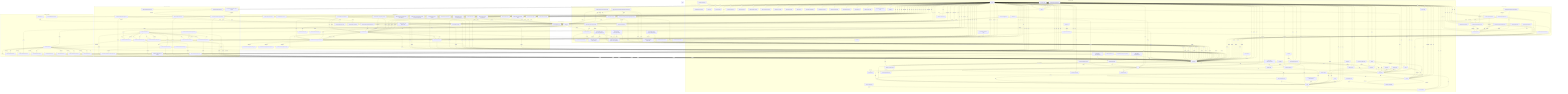
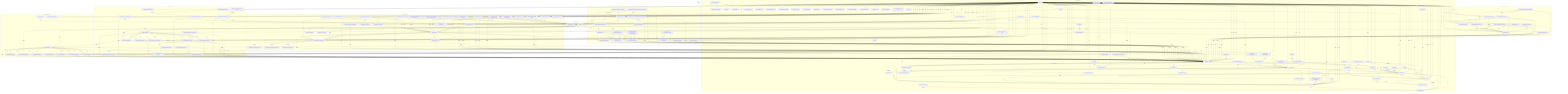
flowchart TD
  subgraph marketing["Marketing public"]
    N1["/"]
-     N6["/#main-content"]
-     N7["/academies-hiver"]
-     N9["/access-required"]
+     N7["/#main-content"]
+     N8["/academies-hiver"]
+     N10["/access-required"]
    N11["/accompagnement-scolaire"]
    N15["/assessments/[id]/processing"]
    N16["/assessments/[id]/result"]
    N17["/auth/activate"]
    N20["/auth/mot-de-passe-oublie"]
    N21["/auth/reset-password"]
    N18["/auth/signin"]
    N2["/bilan-gratuit"]
    N23["/bilan-gratuit/confirmation"]
    N24["/bilan-pallier2-maths"]
    N25["/bilan-pallier2-maths/confirmation"]
    N26["/bilan-pallier2-maths/dashboard"]
    N27["/bilan-pallier2-maths/resultat/[id]"]
    N129["/candidat-libre-bac-francais"]
    N28["/catalogue-nexus-reussite-2026-2027.html"]
    N29["/conditions"]
    N22["/conditions-generales"]
    N31["/confidentialite.html"]
-     N10["/contact"]
+     N3["/contact"]
    N33["/corrige_dnb_maths_2026"]
    N109["/education"]
    N110["/equipe"]
    N111["/famille"]
    N112["/famille#offres"]
    N139["/grand-oral"]
    N58["/images/logo_slogan_nexus_x3.png"]
    N113["/inscription"]
    N80["/lamis"]
    N114["/maths-1ere"]
    N117["/mentions-legales"]
    N116["/mentions-legales.html"]
    N30["/mentions-legales#donnees"]
    N118["/nexus_selecteur.html"]
    N120["/notre-centre"]
-     N3["/offres"]
+     N4["/offres"]
    N140["/offres#1re-double-secu"]
    N141["/offres#2nde-maths"]
    N142["/offres#boussole-methode"]
    N143["/offres#boussole-orientation"]
    N144["/offres#brevet-complet"]
    N145["/offres#brevet-maths"]
    N146["/offres#cap-eaf"]
    N147["/offres#pass-candidat-libre"]
    N148["/offres#pass-cap-bac-1re"]
-     N4["/offres#section-annual"]
+     N5["/offres#section-annual"]
    N125["/offres#section-intensifs"]
-     N5["/offres#section-libre"]
+     N6["/offres#section-libre"]
    N149["/offres#section-plateforme"]
    N150["/offres#studio-grand-oral"]
    N151["/offres#term-duo"]
    N152["/offres#term-libre-mixte"]
    N121["/plateforme"]
    N12["/plateforme-aria"]
    N32["/politique-confidentialite"]
    N153["/preparation-bac-francais-tunis"]
    N115["/programme/maths-1ere"]
    N122["/programme/maths-1ere-stmg"]
    N123["/questionnaire"]
    N119["/recommandation"]
    N34["/ressources"]
    N154["/reussir-eaf"]
    N124["/session/video"]
-     N8["/stages"]
+     N9["/stages"]
    N126["/stages/[stageSlug]/inscription"]
    N127["/tarifs"]
    N128["shared"]
  end
  subgraph dashboard_parent["Dashboard parent"]
    N39["/dashboard/parent"]
    N98["/dashboard/parent/abonnements"]
    N99["/dashboard/parent/children"]
    N100["/dashboard/parent/enfant/[studentId]"]
    N101["/dashboard/parent/factures"]
    N102["/dashboard/parent/npc"]
    N103["/dashboard/parent/paiement"]
    N104["/dashboard/parent/paiement/confirmation"]
    N105["/dashboard/parent/ressources"]
    N106["/dashboard/parent/stages"]
  end
  subgraph dashboard_coach["Dashboard coach"]
    N37["/dashboard/coach"]
    N65["/dashboard/coach/availability"]
    N63["/dashboard/coach/eaf-stage-printemps"]
    N66["/dashboard/coach/eaf-stage-printemps/[studentId]"]
    N67["/dashboard/coach/eleve/[studentId]"]
    N64["/dashboard/coach/maths-premiere-stage-printemps"]
    N68["/dashboard/coach/maths-premiere-stage-printemps/[studentId]"]
    N69["/dashboard/coach/npc"]
    N70["/dashboard/coach/npc/reports/[reportId]"]
    N71["/dashboard/coach/npc/submissions/[submissionId]/upload"]
    N72["/dashboard/coach/nsi-pratique-2026"]
    N73["/dashboard/coach/nsi-pratique-2026/[studentId]"]
    N74["/dashboard/coach/sessions"]
    N76["/dashboard/coach/stages"]
    N75["/dashboard/coach/stages/[stageSlug]/bilan/[studentId]"]
    N77["/dashboard/coach/students"]
  end
  subgraph dashboard_assistante["Dashboard assistante"]
    N36["/dashboard/assistante"]
    N52["/dashboard/assistante/assignments"]
    N47["/dashboard/assistante/coaches"]
    N53["/dashboard/assistante/credit-requests"]
    N54["/dashboard/assistante/credits"]
    N55["/dashboard/assistante/devis"]
    N56["/dashboard/assistante/devis/app"]
    N57["/dashboard/assistante/devis/assets/styles.css"]
    N48["/dashboard/assistante/docs"]
    N59["/dashboard/assistante/facturation"]
    N49["/dashboard/assistante/paiements"]
    N131["/dashboard/assistante/planning"]
    N60["/dashboard/assistante/stages"]
    N61["/dashboard/assistante/stages/planning"]
    N50["/dashboard/assistante/students"]
    N62["/dashboard/assistante/students/[studentId]"]
    N132["/dashboard/assistante/subscription-requests"]
    N51["/dashboard/assistante/subscriptions"]
  end
  subgraph dashboard_admin["Dashboard admin"]
    N13["/admin/directeur"]
    N35["/dashboard/admin"]
    N40["/dashboard/admin/activities"]
    N41["/dashboard/admin/analytics"]
    N42["/dashboard/admin/documents"]
    N130["/dashboard/admin/facturation"]
    N46["/dashboard/admin/stages"]
    N43["/dashboard/admin/subscriptions"]
    N44["/dashboard/admin/tests"]
    N45["/dashboard/admin/users"]
  end
  subgraph dashboard_eleve["Dashboard eleve"]
    N38["/dashboard/eleve"]
    N81["/dashboard/eleve/automatismes"]
    N82["/dashboard/eleve/bilans/[publicShareId]"]
    N84["/dashboard/eleve/documents"]
    N78["/dashboard/eleve/eam"]
    N85["/dashboard/eleve/npc"]
    N86["/dashboard/eleve/nsi-pratique-2026"]
    N87["/dashboard/eleve/programme/[subject]"]
    N88["/dashboard/eleve/programme/droit_eco"]
    N89["/dashboard/eleve/programme/management"]
    N79["/dashboard/eleve/programme/maths"]
    N90["/dashboard/eleve/programme/sgn"]
    N133["/dashboard/eleve/questionnaires/eaf-stage-printemps"]
    N134["/dashboard/eleve/questionnaires/maths-premiere-stage-printemps"]
    N91["/dashboard/eleve/ressources"]
    N93["/dashboard/eleve/sessions"]
    N95["/dashboard/eleve/stage-eam-stmg"]
    N96["/dashboard/eleve/stage-eam-stmg/diagnostic"]
    N97["/dashboard/eleve/stage-eam-stmg/livret"]
    N19["/dashboard/eleve/stages"]
    N135["/dashboard/eleve#aria"]
    N83["/dashboard/eleve#bilans"]
    N136["/dashboard/eleve#programme-maths"]
    N92["/dashboard/eleve#resources"]
    N94["/dashboard/eleve#sessions"]
    N137["/dashboard/eleve#stages"]
    N138["/dashboard/eleve#survival"]
    N108["/dashboard/eleve#trajectory"]
  end
  subgraph dashboard_shared["Dashboard partage"]
    N14["/dashboard"]
    N107["/dashboard/trajectoire"]
  end
  subgraph api["API"]
  end
+   N1 -->|CTA| N1
+   N1 -->|contextuel| N1
  N1 -->|CTA| N2
-   N1 -->|CTA| N3
+   N1 -->|contextuel| N3
  N1 -->|CTA| N4
  N1 -->|CTA| N5
-   N1 -->|contextuel| N6
-   N7 -->|redirect| N8
-   N9 -->|CTA| N10
-   N9 -->|CTA| N3
+   N1 -->|CTA| N6
+   N1 -->|contextuel| N7
+   N8 -->|redirect| N9
+   N10 -->|CTA| N3
+   N10 -->|CTA| N4
  N11 -->|CTA| N2
-   N11 -->|CTA| N3
+   N11 -->|CTA| N4
  N11 -->|CTA| N12
  N13 -->|redirect| N14
  N15 -->|redirect| N1
  N16 -->|redirect| N1
  N16 -->|redirect| N14
  N17 -->|redirect| N18
  N17 -->|redirect| N19
  N20 -->|contextuel| N18
  N20 -->|CTA| N18
  N21 -->|CTA| N20
  N21 -->|CTA| N18
  N18 -->|contextuel| N20
  N18 -->|CTA| N2
  N18 -->|CTA| N22
  N2 -->|redirect| N23
-   N2 -->|CTA| N10
  N2 -->|CTA| N3
+   N2 -->|CTA| N4
  N23 -->|CTA| N1
-   N23 -->|CTA| N3
+   N23 -->|CTA| N4
  N24 -->|CTA| N1
  N25 -->|CTA| N1
-   N25 -->|CTA| N3
+   N25 -->|CTA| N4
  N26 -->|CTA| N24
  N27 -->|CTA| N24
-   N28 -->|redirect| N3
+   N28 -->|redirect| N4
  N29 -->|redirect| N22
  N22 -->|contextuel| N30
-   N22 -->|CTA| N3
+   N22 -->|CTA| N4
  N31 -->|redirect| N32
-   N10 -->|CTA| N2
-   N10 -->|contextuel| N32
+   N3 -->|CTA| N2
+   N3 -->|contextuel| N32
  N33 -->|redirect| N34
  N14 -->|redirect| N18
  N14 -->|redirect| N35
  N14 -->|redirect| N36
  N14 -->|redirect| N37
  N14 -->|redirect| N38
  N14 -->|redirect| N39
  N35 -->|redirect| N18
  N35 -->|CTA| N26
  N35 -->|contextuel| N40
  N35 -->|contextuel| N41
  N35 -->|contextuel| N42
  N35 -->|contextuel| N43
  N35 -->|contextuel| N44
  N35 -->|contextuel| N45
  N40 -->|redirect| N18
  N40 -->|CTA| N35
  N41 -->|redirect| N18
  N41 -->|CTA| N35
  N42 -->|redirect| N14
  N46 -->|redirect| N18
  N43 -->|redirect| N18
  N43 -->|CTA| N35
  N45 -->|redirect| N18
  N45 -->|CTA| N35
  N36 -->|redirect| N18
  N36 -->|CTA| N47
  N36 -->|CTA| N48
  N36 -->|contextuel| N49
  N36 -->|CTA| N50
  N36 -->|CTA| N51
  N52 -->|redirect| N18
  N52 -->|redirect| N14
  N52 -->|redirect| N52
  N47 -->|redirect| N18
  N47 -->|CTA| N36
  N53 -->|redirect| N18
  N54 -->|redirect| N18
  N54 -->|contextuel| N36
  N55 -->|redirect| N18
  N55 -->|redirect| N14
  N56 -->|contextuel| N57
  N56 -->|contextuel| N58
  N48 -->|redirect| N18
  N48 -->|redirect| N14
  N48 -->|contextuel| N35
  N48 -->|contextuel| N36
  N59 -->|redirect| N18
  N49 -->|redirect| N18
  N49 -->|CTA| N36
  N60 -->|contextuel| N61
  N61 -->|redirect| N18
  N61 -->|redirect| N14
  N61 -->|contextuel| N60
  N50 -->|redirect| N18
  N50 -->|contextuel| N36
  N50 -->|CTA| N54
  N62 -->|redirect| N18
  N62 -->|CTA| N50
  N51 -->|redirect| N18
  N51 -->|contextuel| N36
  N51 -->|redirect| N51
  N37 -->|redirect| N18
  N37 -->|redirect| N63
  N37 -->|redirect| N64
  N65 -->|redirect| N18
  N63 -->|redirect| N18
  N66 -->|redirect| N18
  N66 -->|contextuel| N63
  N66 -->|redirect| N63
  N67 -->|redirect| N18
  N67 -->|CTA| N37
  N67 -->|redirect| N37
  N64 -->|redirect| N18
  N68 -->|redirect| N18
  N68 -->|CTA| N64
  N68 -->|redirect| N64
  N69 -->|redirect| N18
  N69 -->|redirect| N14
  N70 -->|redirect| N18
  N70 -->|redirect| N14
  N70 -->|CTA| N69
  N70 -->|redirect| N69
  N71 -->|redirect| N18
  N71 -->|redirect| N14
  N71 -->|CTA| N69
  N71 -->|redirect| N69
  N72 -->|redirect| N18
  N73 -->|redirect| N18
  N73 -->|contextuel| N72
  N74 -->|redirect| N18
  N75 -->|redirect| N18
  N75 -->|redirect| N14
  N75 -->|contextuel| N76
  N77 -->|redirect| N18
  N38 -->|CTA| N1
  N38 -->|redirect| N18
  N38 -->|CTA| N78
  N38 -->|CTA| N79
  N38 -->|CTA| N80
  N81 -->|redirect| N18
  N81 -->|redirect| N14
  N81 -->|CTA| N38
  N81 -->|redirect| N38
  N81 -->|CTA| N79
  N82 -->|redirect| N18
  N82 -->|CTA| N38
  N82 -->|CTA| N83
  N84 -->|redirect| N18
  N84 -->|redirect| N14
  N78 -->|redirect| N18
  N78 -->|CTA| N38
  N85 -->|redirect| N18
  N85 -->|redirect| N14
  N86 -->|redirect| N18
  N86 -->|contextuel| N38
  N87 -->|redirect| N18
  N87 -->|redirect| N14
  N87 -->|contextuel| N38
  N87 -->|redirect| N38
  N79 -->|redirect| N18
  N79 -->|redirect| N14
  N79 -->|contextuel| N38
  N79 -->|redirect| N38
  N79 -->|contextuel| N88
  N79 -->|contextuel| N89
  N79 -->|contextuel| N90
  N91 -->|redirect| N92
  N93 -->|redirect| N94
  N95 -->|redirect| N18
  N95 -->|redirect| N14
  N95 -->|redirect| N38
  N96 -->|redirect| N18
  N96 -->|redirect| N14
  N96 -->|redirect| N38
  N97 -->|redirect| N18
  N97 -->|redirect| N14
  N97 -->|redirect| N38
  N19 -->|redirect| N18
  N19 -->|CTA| N38
  N39 -->|redirect| N18
  N98 -->|redirect| N18
  N98 -->|contextuel| N39
  N99 -->|redirect| N39
  N100 -->|redirect| N18
  N100 -->|CTA| N39
  N100 -->|redirect| N39
  N101 -->|redirect| N18
  N101 -->|redirect| N14
  N101 -->|contextuel| N39
  N102 -->|redirect| N18
  N102 -->|redirect| N39
  N103 -->|redirect| N18
  N103 -->|contextuel| N98
  N103 -->|redirect| N98
-   N104 -->|CTA| N10
+   N104 -->|CTA| N3
  N104 -->|CTA| N39
  N104 -->|contextuel| N98
  N104 -->|contextuel| N103
  N105 -->|redirect| N18
  N106 -->|redirect| N18
  N106 -->|CTA| N39
  N107 -->|redirect| N108
  N109 -->|redirect| N11
  N110 -->|CTA| N2
-   N110 -->|contextuel| N10
-   N110 -->|CTA| N10
+   N110 -->|contextuel| N3
+   N110 -->|CTA| N3
  N111 -->|CTA| N2
-   N111 -->|CTA| N10
+   N111 -->|CTA| N3
  N111 -->|contextuel| N110
  N111 -->|CTA| N112
  N113 -->|redirect| N2
  N114 -->|redirect| N115
  N116 -->|redirect| N117
  N118 -->|redirect| N119
-   N120 -->|CTA| N10
-   N3 -->|CTA| N119
+   N120 -->|CTA| N3
+   N4 -->|CTA| N119
  N121 -->|redirect| N12
  N12 -->|CTA| N2
-   N12 -->|CTA| N3
-   N32 -->|contextuel| N10
+   N12 -->|CTA| N4
+   N32 -->|contextuel| N3
  N115 -->|redirect| N79
-   N115 -->|redirect| N3
+   N115 -->|redirect| N4
  N122 -->|redirect| N79
  N123 -->|redirect| N2
  N119 -->|CTA| N2
  N34 -->|CTA| N2
-   N34 -->|CTA| N3
+   N34 -->|CTA| N4
  N124 -->|redirect| N18
-   N8 -->|CTA| N2
-   N8 -->|CTA| N125
-   N126 -->|contextuel| N8
-   N127 -->|redirect| N3
+   N9 -->|CTA| N2
+   N9 -->|CTA| N125
+   N126 -->|contextuel| N9
+   N127 -->|redirect| N4
  N128 -->|footer| N1
  N128 -->|nav| N1
  N128 -->|contextuel| N1
  N128 -->|footer| N11
  N128 -->|nav| N11
  N128 -->|nav| N13
  N128 -->|nav| N18
  N128 -->|redirect| N18
  N128 -->|CTA| N18
  N128 -->|CTA| N2
  N128 -->|footer| N2
  N128 -->|nav| N2
  N128 -->|contextuel| N129
  N128 -->|contextuel| N22
  N128 -->|footer| N22
-   N128 -->|contextuel| N10
-   N128 -->|footer| N10
-   N128 -->|nav| N10
+   N128 -->|contextuel| N3
+   N128 -->|footer| N3
+   N128 -->|nav| N3
  N128 -->|nav| N35
  N128 -->|nav| N40
  N128 -->|nav| N41
  N128 -->|nav| N42
  N128 -->|nav| N130
  N128 -->|nav| N46
  N128 -->|nav| N43
  N128 -->|nav| N44
  N128 -->|nav| N45
  N128 -->|nav| N36
  N128 -->|nav| N52
  N128 -->|nav| N47
  N128 -->|nav| N53
  N128 -->|nav| N55
  N128 -->|nav| N48
  N128 -->|nav| N59
  N128 -->|nav| N49
  N128 -->|nav| N131
  N128 -->|nav| N60
  N128 -->|nav| N50
  N128 -->|nav| N132
  N128 -->|nav| N51
  N128 -->|nav| N37
  N128 -->|nav| N65
  N128 -->|nav| N69
  N128 -->|nav| N72
  N128 -->|nav| N74
  N128 -->|nav| N76
  N128 -->|nav| N77
  N128 -->|nav| N38
  N128 -->|contextuel| N38
  N128 -->|CTA| N81
  N128 -->|contextuel| N81
  N128 -->|nav| N84
  N128 -->|contextuel| N78
  N128 -->|nav| N85
  N128 -->|contextuel| N86
  N128 -->|nav| N86
  N128 -->|contextuel| N79
  N128 -->|CTA| N133
  N128 -->|CTA| N134
  N128 -->|CTA| N95
  N128 -->|CTA| N96
  N128 -->|CTA| N97
  N128 -->|nav| N135
  N128 -->|nav| N136
  N128 -->|nav| N92
  N128 -->|nav| N94
  N128 -->|nav| N137
  N128 -->|contextuel| N138
  N128 -->|nav| N39
  N128 -->|nav| N98
  N128 -->|nav| N99
  N128 -->|nav| N101
  N128 -->|nav| N102
  N128 -->|nav| N103
  N128 -->|nav| N105
  N128 -->|nav| N106
  N128 -->|contextuel| N107
  N128 -->|footer| N110
  N128 -->|footer| N111
  N128 -->|contextuel| N139
  N128 -->|footer| N117
  N128 -->|footer| N120
  N128 -->|nav| N120
-   N128 -->|footer| N3
-   N128 -->|nav| N3
-   N128 -->|CTA| N3
+   N128 -->|footer| N4
+   N128 -->|nav| N4
+   N128 -->|CTA| N4
  N128 -->|CTA| N140
  N128 -->|CTA| N141
  N128 -->|CTA| N142
  N128 -->|CTA| N143
  N128 -->|CTA| N144
  N128 -->|CTA| N145
  N128 -->|CTA| N146
  N128 -->|CTA| N147
  N128 -->|CTA| N148
-   N128 -->|nav| N4
+   N128 -->|nav| N5
  N128 -->|nav| N125
  N128 -->|nav| N149
  N128 -->|CTA| N150
  N128 -->|CTA| N151
  N128 -->|CTA| N152
  N128 -->|footer| N12
  N128 -->|nav| N12
  N128 -->|contextuel| N153
  N128 -->|nav| N119
  N128 -->|CTA| N119
  N128 -->|footer| N34
  N128 -->|nav| N34
  N128 -->|contextuel| N154
-   N128 -->|footer| N8
-   N128 -->|nav| N8
-   N128 -->|contextuel| N8
+   N128 -->|footer| N9
+   N128 -->|nav| N9
+   N128 -->|contextuel| N9
